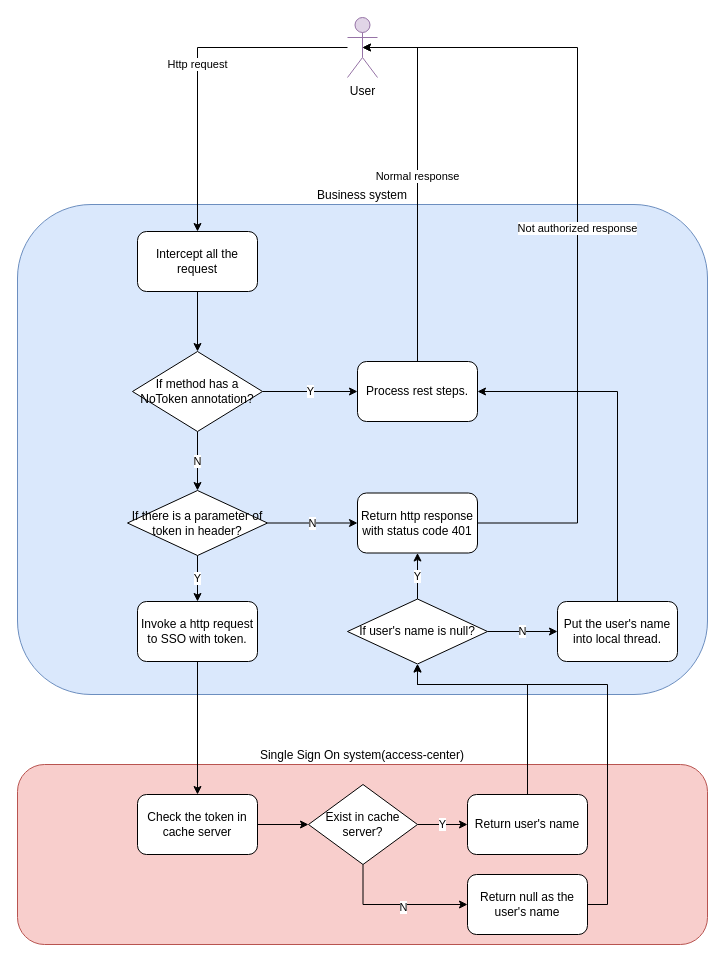
Earlier version of the draw.io diagram Http request interceptor.drawio (dosjia/chart). Source tidied: cells renumbered, new cells numbered last; positions are measured from the earlier drawing's top-left corner, leaving out a move shared by most shapes. Both pictures are drawn from the tidied source at 100%, with x=0, y=0 at pixel (17, 17).
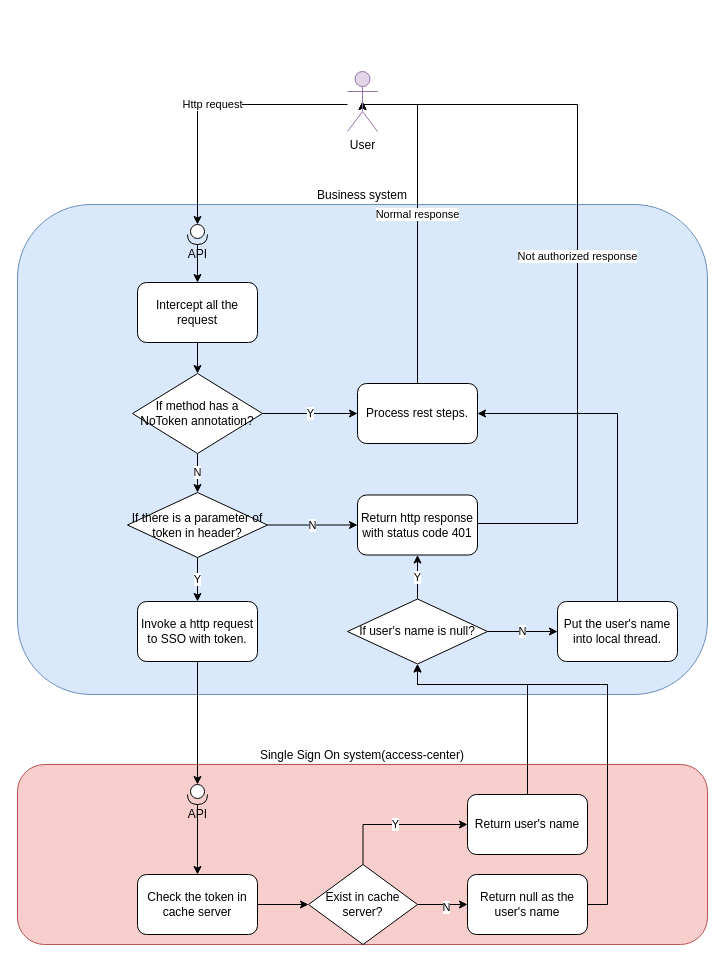
The same diagram, later.

Unchanged cells that the change refers to:
```xml
<mxCell id="15" value="Invoke a http request to SSO with token." style="rounded=1;whiteSpace=wrap;html=1;" parent="1" vertex="1">
  <mxGeometry x="120" y="584" width="120" height="60" as="geometry" />
</mxCell>
<mxCell id="26" value="Return user's name" style="rounded=1;whiteSpace=wrap;html=1;" parent="1" vertex="1">
  <mxGeometry x="450" y="777" width="120" height="60" as="geometry" />
</mxCell>
<mxCell id="34" value="Return null as the user's name" style="rounded=1;whiteSpace=wrap;html=1;" parent="1" vertex="1">
  <mxGeometry x="450" y="857" width="120" height="60" as="geometry" />
</mxCell>
```

What changed in the source:
```diff
@@
     <mxCell id="4" value="Intercept all the request" style="rounded=1;whiteSpace=wrap;html=1;" parent="1" vertex="1">
-      <mxGeometry x="120" y="214" width="120" height="60" as="geometry" />
+      <mxGeometry x="120" y="265" width="120" height="60" as="geometry" />
     </mxCell>
@@
     <mxCell id="7" value="If method has a NoToken annotation? " style="rhombus;whiteSpace=wrap;html=1;" parent="1" vertex="1">
-      <mxGeometry x="115" y="334" width="130" height="80" as="geometry" />
+      <mxGeometry x="115" y="356" width="130" height="80" as="geometry" />
     </mxCell>
     <mxCell id="8" value="Normal response" style="edgeStyle=orthogonalEdgeStyle;rounded=0;jettySize=auto;html=1;exitX=0.5;exitY=0;exitDx=0;exitDy=0;entryX=0.5;entryY=0.5;entryDx=0;entryDy=0;entryPerimeter=0;" parent="1" edge="1" source="9" target="24">
       <mxGeometry relative="1" as="geometry">
         <Array as="points">
-          <mxPoint x="400" y="30" />
+          <mxPoint x="400" y="87" />
+          <mxPoint x="345" y="87" />
         </Array>
       </mxGeometry>
     </mxCell>
     <mxCell id="9" value="Process rest steps." style="rounded=1;whiteSpace=wrap;html=1;" parent="1" vertex="1">
-      <mxGeometry x="340" y="344" width="120" height="60" as="geometry" />
+      <mxGeometry x="340" y="366" width="120" height="60" as="geometry" />
     </mxCell>
@@
     <mxCell id="12" value="If there is a parameter of token in header?" style="rhombus;whiteSpace=wrap;html=1;" parent="1" vertex="1">
-      <mxGeometry x="110" y="473" width="140" height="65" as="geometry" />
+      <mxGeometry x="110" y="475" width="140" height="65" as="geometry" />
     </mxCell>
     <mxCell id="13" value="Not authorized response" style="edgeStyle=orthogonalEdgeStyle;rounded=0;jettySize=auto;html=1;exitX=1;exitY=0.5;exitDx=0;exitDy=0;entryX=0.5;entryY=0.5;entryDx=0;entryDy=0;entryPerimeter=0;" parent="1" edge="1" source="14" target="24">
       <mxGeometry relative="1" as="geometry">
         <Array as="points">
+          <mxPoint x="460" y="506" />
           <mxPoint x="560" y="506" />
-          <mxPoint x="560" y="30" />
+          <mxPoint x="560" y="87" />
+          <mxPoint x="345" y="87" />
         </Array>
       </mxGeometry>
     </mxCell>
     <mxCell id="14" value="Return http response with status code 401" style="rounded=1;whiteSpace=wrap;html=1;" parent="1" vertex="1">
-      <mxGeometry x="340" y="475.5" width="120" height="60" as="geometry" />
+      <mxGeometry x="340" y="477.5" width="120" height="60" as="geometry" />
     </mxCell>
@@
     <mxCell id="18" value="Check the token in cache server" style="rounded=1;whiteSpace=wrap;html=1;" parent="1" vertex="1">
-      <mxGeometry x="120" y="777" width="120" height="60" as="geometry" />
+      <mxGeometry x="120" y="857" width="120" height="60" as="geometry" />
     </mxCell>
-    <mxCell id="19" value="Y" style="edgeStyle=orthogonalEdgeStyle;rounded=0;jettySize=auto;html=1;exitX=1;exitY=0.5;exitDx=0;exitDy=0;entryX=0;entryY=0.5;entryDx=0;entryDy=0;" parent="1" edge="1" source="22" target="26">
+    <mxCell id="19" value="Y" style="edgeStyle=orthogonalEdgeStyle;rounded=0;jettySize=auto;html=1;exitX=0.5;exitY=0;exitDx=0;exitDy=0;entryX=0;entryY=0.5;entryDx=0;entryDy=0;" parent="1" edge="1" source="22" target="26">
       <mxGeometry relative="1" as="geometry" />
     </mxCell>
-    <mxCell id="20" style="edgeStyle=orthogonalEdgeStyle;rounded=0;jettySize=auto;html=1;exitX=0.5;exitY=1;exitDx=0;exitDy=0;entryX=0;entryY=0.5;entryDx=0;entryDy=0;" parent="1" edge="1" source="22" target="34">
+    <mxCell id="20" style="edgeStyle=orthogonalEdgeStyle;rounded=0;jettySize=auto;html=1;exitX=1;exitY=0.5;exitDx=0;exitDy=0;entryX=0;entryY=0.5;entryDx=0;entryDy=0;" parent="1" edge="1" source="22" target="34">
       <mxGeometry relative="1" as="geometry" />
     </mxCell>
@@
     <mxCell id="22" value="Exist in cache server?" style="rhombus;whiteSpace=wrap;html=1;" parent="1" vertex="1">
-      <mxGeometry x="291" y="767" width="109" height="80" as="geometry" />
+      <mxGeometry x="291" y="847" width="109" height="80" as="geometry" />
     </mxCell>
-    <mxCell id="23" value="Http request" style="edgeStyle=orthogonalEdgeStyle;rounded=0;jettySize=auto;html=1;entryX=0.5;entryY=0;entryDx=0;entryDy=0;" parent="1" edge="1" source="24" target="4">
-      <mxGeometry relative="1" as="geometry" />
+    <mxCell id="23" value="Http request" style="edgeStyle=orthogonalEdgeStyle;rounded=0;jettySize=auto;html=1;entryX=0;entryY=0.5;entryDx=0;entryDy=0;entryPerimeter=0;" parent="1" edge="1" source="24" target="36">
+      <mxGeometry relative="1" as="geometry">
+        <Array as="points">
+          <mxPoint x="180" y="87" />
+        </Array>
+      </mxGeometry>
     </mxCell>
     <mxCell id="24" value="User" style="shape=umlActor;verticalLabelPosition=bottom;verticalAlign=top;html=1;outlineConnect=0;fillColor=#e1d5e7;strokeColor=#9673a6;" parent="1" vertex="1">
-      <mxGeometry x="330" width="30" height="60" as="geometry" />
+      <mxGeometry x="330" y="54" width="30" height="60" as="geometry" />
     </mxCell>
@@
-    <mxCell id="27" style="edgeStyle=orthogonalEdgeStyle;rounded=0;jettySize=auto;html=1;exitX=0.5;exitY=1;exitDx=0;exitDy=0;" parent="1" edge="1" source="15">
-      <mxGeometry relative="1" as="geometry">
-        <mxPoint x="180" y="777" as="targetPoint" />
-      </mxGeometry>
+    <mxCell id="27" style="edgeStyle=orthogonalEdgeStyle;rounded=0;jettySize=auto;html=1;exitX=0.5;exitY=1;exitDx=0;exitDy=0;entryX=0;entryY=0.5;entryDx=0;entryDy=0;entryPerimeter=0;" parent="1" edge="1" source="15" target="38">
+      <mxGeometry relative="1" as="geometry" />
     </mxCell>
@@
+    <mxCell id="35" style="edgeStyle=orthogonalEdgeStyle;rounded=0;jettySize=auto;html=1;exitX=1;exitY=0.5;exitDx=0;exitDy=0;exitPerimeter=0;entryX=0.5;entryY=0;entryDx=0;entryDy=0;" parent="1" edge="1" source="36" target="4">
+      <mxGeometry relative="1" as="geometry" />
+    </mxCell>
+    <mxCell id="36" value="API" style="shape=providedRequiredInterface;html=1;verticalLabelPosition=bottom;sketch=0;direction=south;" parent="1" vertex="1">
+      <mxGeometry x="170" y="207" width="20" height="20" as="geometry" />
+    </mxCell>
+    <mxCell id="37" style="edgeStyle=orthogonalEdgeStyle;rounded=0;jettySize=auto;html=1;" parent="1" edge="1" source="38" target="18">
+      <mxGeometry relative="1" as="geometry" />
+    </mxCell>
+    <mxCell id="38" value="API" style="shape=providedRequiredInterface;html=1;verticalLabelPosition=bottom;sketch=0;direction=south;" parent="1" vertex="1">
+      <mxGeometry x="170" y="767" width="20" height="20" as="geometry" />
+    </mxCell>
```
